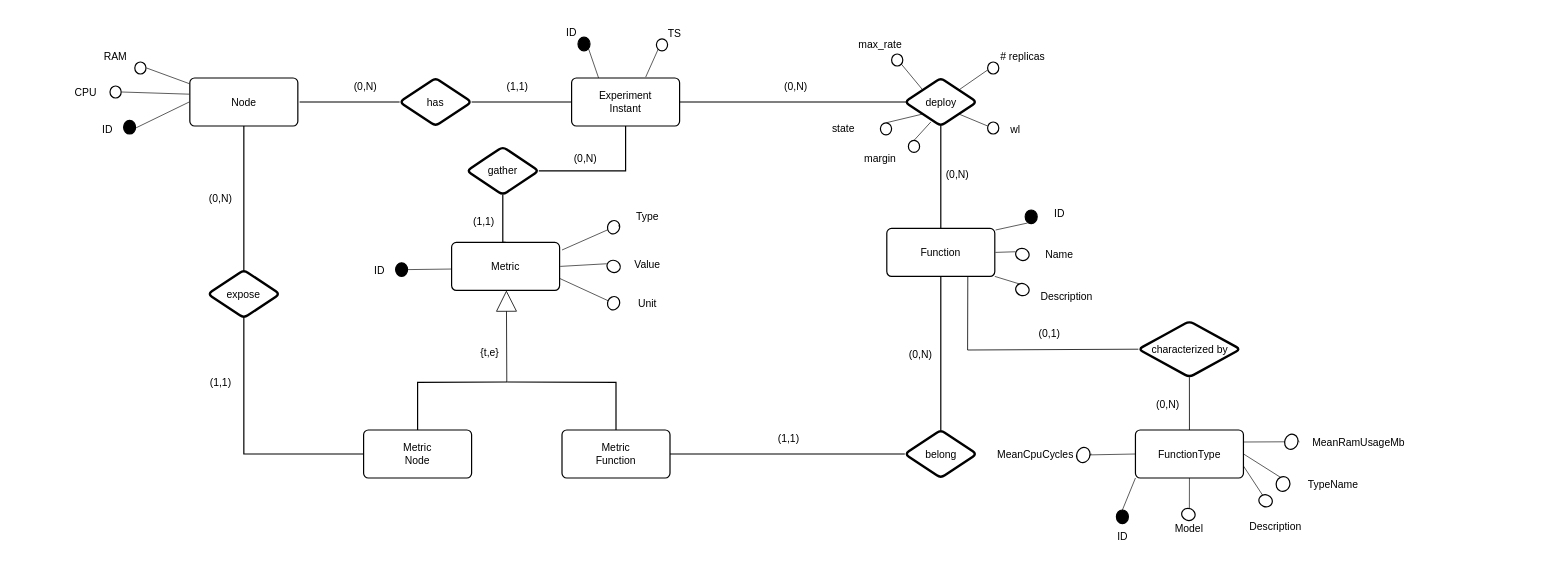
unimib-datAI/dfaas keeps this draw.io diagram as page "ER" (1 of 2) of simulation/doc/database_design/[Revision]-ER-simulation.drawio. Above is the earlier version. Source tidied: cells renumbered, new cells numbered last; positions are measured from the earlier drawing's top-left corner, leaving out a move shared by most shapes. Both pictures are drawn from the tidied source at 80%, with x=0, y=0 at pixel (14, 14).
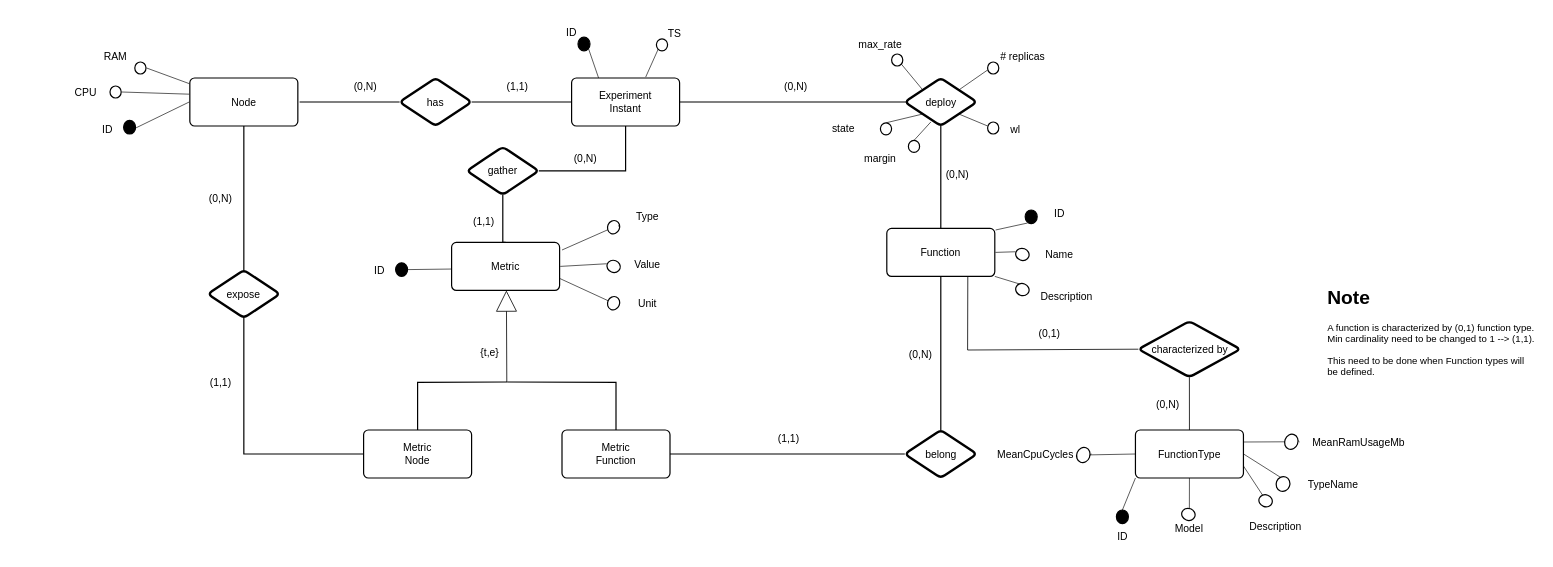
Above is the later version.

What changed in the source:
```diff
@@
+    <mxCell id="116" value="&lt;h1&gt;Note&lt;/h1&gt;&lt;p&gt;A function is characterized by (0,1) function type. Min cardinality need to be changed to 1 --&amp;gt; (1,1).&lt;/p&gt;&lt;p&gt;This need to be done when Function types will be defined.&lt;/p&gt;" style="text;html=1;strokeColor=none;fillColor=none;spacing=5;spacingTop=-20;whiteSpace=wrap;overflow=hidden;rounded=0;" parent="1" vertex="1">
+      <mxGeometry x="1637" y="335" width="270" height="127.5" as="geometry" />
+    </mxCell>
```
